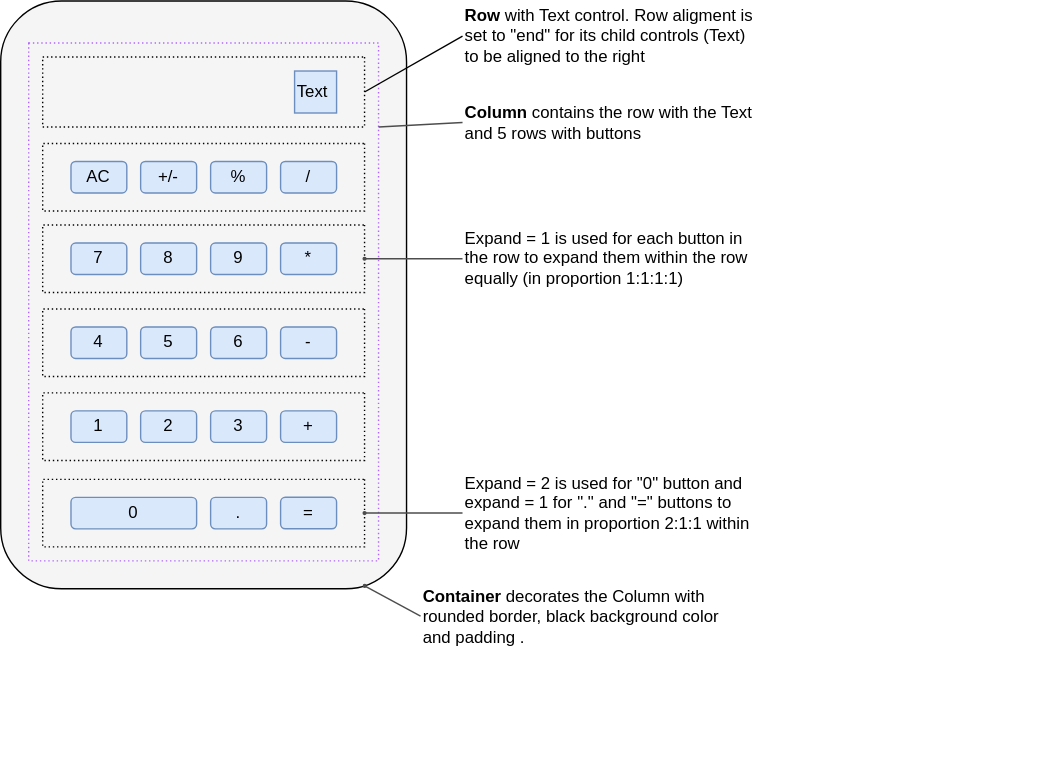
Earlier version of the draw.io export sdk/python/examples/tutorials/calculator/media/container-layout.svg (flet-dev/flet). Source tidied: cells renumbered, new cells last; positions are measured from the earlier drawing's top-left corner, leaving out a move shared by most shapes.
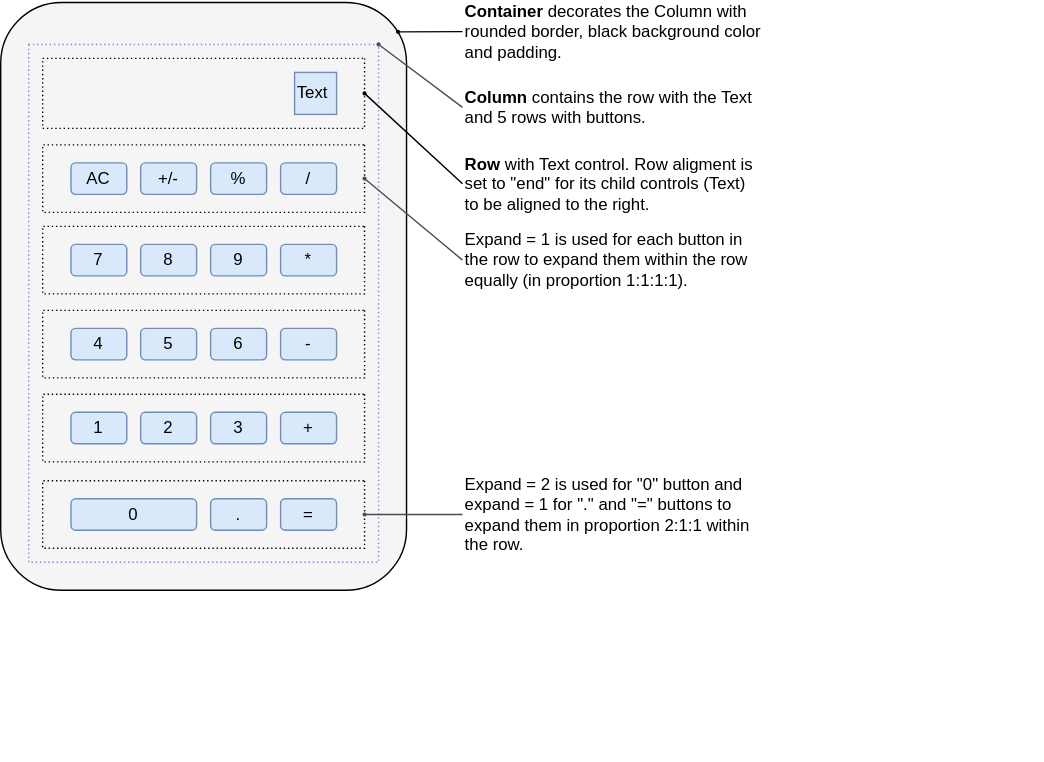
After the commit.

Commit message:
docs: reorder text layout in calculator tutorial

The edit, as a diff of the source:
```diff
@@ -20,19 +20,14 @@
     <mxCell id="7" value="Text" style="rounded=0;whiteSpace=wrap;html=1;fillColor=#dae8fc;sketch=0;strokeColor=#6c8ebf;align=left;" parent="1" vertex="1">
       <mxGeometry x="210" y="50" width="30" height="30" as="geometry" />
     </mxCell>
-    <mxCell id="8" value="&lt;b&gt;Container&lt;/b&gt;&lt;b style=&quot;font-size: 12px;&quot;&gt;&amp;nbsp;&lt;/b&gt;&lt;span style=&quot;font-size: 12px;&quot;&gt;decorates the Column with rounded border, black background color and padding .&lt;/span&gt;" style="text;html=1;strokeColor=none;fillColor=none;align=left;verticalAlign=middle;whiteSpace=wrap;rounded=0;dashed=1;dashPattern=1 2;sketch=0;fontSize=12;" parent="1" vertex="1">
-      <mxGeometry x="300" y="420" width="220" height="39" as="geometry" />
+    <mxCell id="8" value="&lt;b&gt;Container&lt;/b&gt;&lt;b style=&quot;font-size: 12px;&quot;&gt;&amp;nbsp;&lt;/b&gt;&lt;span style=&quot;font-size: 12px;&quot;&gt;decorates the Column with rounded border, black background color and padding.&lt;/span&gt;" style="text;html=1;strokeColor=none;fillColor=none;align=left;verticalAlign=middle;whiteSpace=wrap;rounded=0;dashed=1;dashPattern=1 2;sketch=0;fontSize=12;" parent="1" vertex="1">
+      <mxGeometry x="330" y="1" width="220" height="39" as="geometry" />
     </mxCell>
-    <mxCell id="9" style="endArrow=oval;html=1;endFill=1;strokeWidth=1;jumpSize=5;endSize=2;startSize=2;strokeColor=#4D4D4D;exitX=0;exitY=0.5;exitDx=0;exitDy=0;entryX=0.897;entryY=0.995;entryDx=0;entryDy=0;entryPerimeter=0;" parent="1" edge="1" source="8" target="2">
-      <mxGeometry relative="1" as="geometry" />
-    </mxCell>
-    <mxCell id="10" value="&lt;b&gt;Column&lt;/b&gt; contains the row with the Text and 5 rows with buttons" style="text;html=1;strokeColor=none;fillColor=none;align=left;verticalAlign=middle;whiteSpace=wrap;rounded=0;dashed=1;dashPattern=1 2;sketch=0;fontSize=12;" parent="1" vertex="1">
-      <mxGeometry x="330" y="71.8" width="210" height="30" as="geometry" />
+    <mxCell id="10" value="&lt;b&gt;Column&lt;/b&gt; contains the row with the Text and 5 rows with buttons." style="text;html=1;strokeColor=none;fillColor=none;align=left;verticalAlign=middle;whiteSpace=wrap;rounded=0;dashed=1;dashPattern=1 2;sketch=0;fontSize=12;" parent="1" vertex="1">
+      <mxGeometry x="330" y="60" width="210" height="30" as="geometry" />
     </mxCell>
-    <mxCell id="11" style="endArrow=none;html=1;endFill=0;strokeWidth=1;jumpSize=5;endSize=2;startSize=2;strokeColor=#4D4D4D;exitX=0;exitY=0.5;exitDx=0;exitDy=0;" parent="1" edge="1" source="10">
-      <mxGeometry relative="1" as="geometry">
-        <mxPoint x="270" y="90" as="targetPoint" />
-      </mxGeometry>
+    <mxCell id="11" style="endArrow=oval;html=1;endFill=1;strokeWidth=1;jumpSize=5;endSize=2;startSize=2;strokeColor=#4D4D4D;exitX=0;exitY=0.5;exitDx=0;exitDy=0;entryX=1;entryY=0;entryDx=0;entryDy=0;" parent="1" edge="1" source="10" target="4">
+      <mxGeometry relative="1" as="geometry" />
     </mxCell>
     <mxCell id="12" value="AC" style="rounded=1;whiteSpace=wrap;html=1;fillColor=#dae8fc;sketch=0;strokeColor=#6c8ebf;" parent="1" vertex="1">
       <mxGeometry x="50.2" y="114.6" width="39.9" height="22.5" as="geometry" />
@@ -40,11 +35,11 @@
     <mxCell id="13" value="+/-" style="rounded=1;whiteSpace=wrap;html=1;fillColor=#dae8fc;sketch=0;strokeColor=#6c8ebf;" parent="1" vertex="1">
       <mxGeometry x="100" y="114.6" width="40" height="22.5" as="geometry" />
     </mxCell>
-    <mxCell id="14" style="endArrow=none;html=1;rounded=1;exitX=0.5;exitY=0;exitDx=0;exitDy=0;entryX=0;entryY=0.5;entryDx=0;entryDy=0;endFill=0;" parent="1" edge="1" source="6" target="15">
+    <mxCell id="14" style="endArrow=none;html=1;rounded=1;exitX=0.5;exitY=0;exitDx=0;exitDy=0;entryX=0;entryY=0.5;entryDx=0;entryDy=0;endFill=0;startArrow=oval;startFill=1;startSize=2;endSize=2;" parent="1" edge="1" source="6" target="15">
       <mxGeometry relative="1" as="geometry" />
     </mxCell>
-    <mxCell id="15" value="&lt;b&gt;Row&lt;/b&gt; with Text control. Row aligment is set to &quot;end&quot; for its child controls (Text) to be aligned to the right" style="text;html=1;strokeColor=none;fillColor=none;align=left;verticalAlign=middle;whiteSpace=wrap;rounded=0;dashed=1;dashPattern=1 2;sketch=0;fontSize=12;" parent="1" vertex="1">
-      <mxGeometry x="330" y="10" width="210" height="30" as="geometry" />
+    <mxCell id="15" value="&lt;b&gt;Row&lt;/b&gt; with Text control. Row aligment is set to &quot;end&quot; for its child controls (Text) to be aligned to the right." style="text;html=1;strokeColor=none;fillColor=none;align=left;verticalAlign=middle;whiteSpace=wrap;rounded=0;dashed=1;dashPattern=1 2;sketch=0;fontSize=12;" parent="1" vertex="1">
+      <mxGeometry x="330" y="114.6" width="210" height="30" as="geometry" />
     </mxCell>
     <mxCell id="16" value="%" style="rounded=1;whiteSpace=wrap;html=1;fillColor=#dae8fc;sketch=0;strokeColor=#6c8ebf;" parent="1" vertex="1">
       <mxGeometry x="150" y="114.6" width="40" height="22.5" as="geometry" />
@@ -109,17 +104,20 @@
     <mxCell id="36" value="=" style="rounded=1;whiteSpace=wrap;html=1;fillColor=#dae8fc;sketch=0;strokeColor=#6c8ebf;" parent="1" vertex="1">
       <mxGeometry x="200" y="354.6" width="40" height="22.5" as="geometry" />
     </mxCell>
-    <mxCell id="37" value="Expand = 1 is used for each button in the row to expand them within the row equally (in proportion 1:1:1:1)" style="text;html=1;strokeColor=none;fillColor=none;align=left;verticalAlign=middle;whiteSpace=wrap;rounded=0;dashed=1;dashPattern=1 2;sketch=0;fontSize=12;" parent="1" vertex="1">
+    <mxCell id="37" value="Expand = 1 is used for each button in the row to expand them within the row equally (in proportion 1:1:1:1)." style="text;html=1;strokeColor=none;fillColor=none;align=left;verticalAlign=middle;whiteSpace=wrap;rounded=0;dashed=1;dashPattern=1 2;sketch=0;fontSize=12;" parent="1" vertex="1">
       <mxGeometry x="330" y="169.1" width="210" height="30" as="geometry" />
     </mxCell>
-    <mxCell id="38" style="endArrow=oval;html=1;endFill=1;strokeWidth=1;jumpSize=5;endSize=2;startSize=2;strokeColor=#4D4D4D;entryX=0.5;entryY=0;entryDx=0;entryDy=0;" parent="1" edge="1" source="37" target="18">
+    <mxCell id="38" style="endArrow=oval;html=1;endFill=1;strokeWidth=1;jumpSize=5;endSize=2;startSize=2;strokeColor=#4D4D4D;entryX=0.5;entryY=0;entryDx=0;entryDy=0;exitX=0;exitY=0.5;exitDx=0;exitDy=0;" parent="1" edge="1" source="37" target="5">
       <mxGeometry relative="1" as="geometry" />
     </mxCell>
-    <mxCell id="39" value="Expand = 2 is used for &quot;0&quot; button and expand = 1 for &quot;.&quot; and &quot;=&quot; buttons to expand them in proportion 2:1:1 within the row" style="text;html=1;strokeColor=none;fillColor=none;align=left;verticalAlign=middle;whiteSpace=wrap;rounded=0;dashed=1;dashPattern=1 2;sketch=0;fontSize=12;" parent="1" vertex="1">
+    <mxCell id="39" value="Expand = 2 is used for &quot;0&quot; button and expand = 1 for &quot;.&quot; and &quot;=&quot; buttons to expand them in proportion 2:1:1 within the row." style="text;html=1;strokeColor=none;fillColor=none;align=left;verticalAlign=middle;whiteSpace=wrap;rounded=0;dashed=1;dashPattern=1 2;sketch=0;fontSize=12;" parent="1" vertex="1">
       <mxGeometry x="330" y="350.9" width="210" height="30" as="geometry" />
     </mxCell>
     <mxCell id="40" style="endArrow=oval;html=1;endFill=1;strokeWidth=1;jumpSize=5;endSize=2;startSize=2;strokeColor=#4D4D4D;entryX=0.5;entryY=0;entryDx=0;entryDy=0;exitX=0;exitY=0.5;exitDx=0;exitDy=0;" parent="1" edge="1" source="39" target="33">
       <mxGeometry relative="1" as="geometry" />
     </mxCell>
+    <mxCell id="9" style="rounded=0;jettySize=auto;html=1;entryX=0.979;entryY=0.05;entryDx=0;entryDy=0;entryPerimeter=0;endArrow=oval;endFill=1;startSize=2;endSize=2;" parent="1" edge="1" source="8" target="2">
+      <mxGeometry relative="1" as="geometry" />
+    </mxCell>
   </root>
 </mxGraphModel>
```
